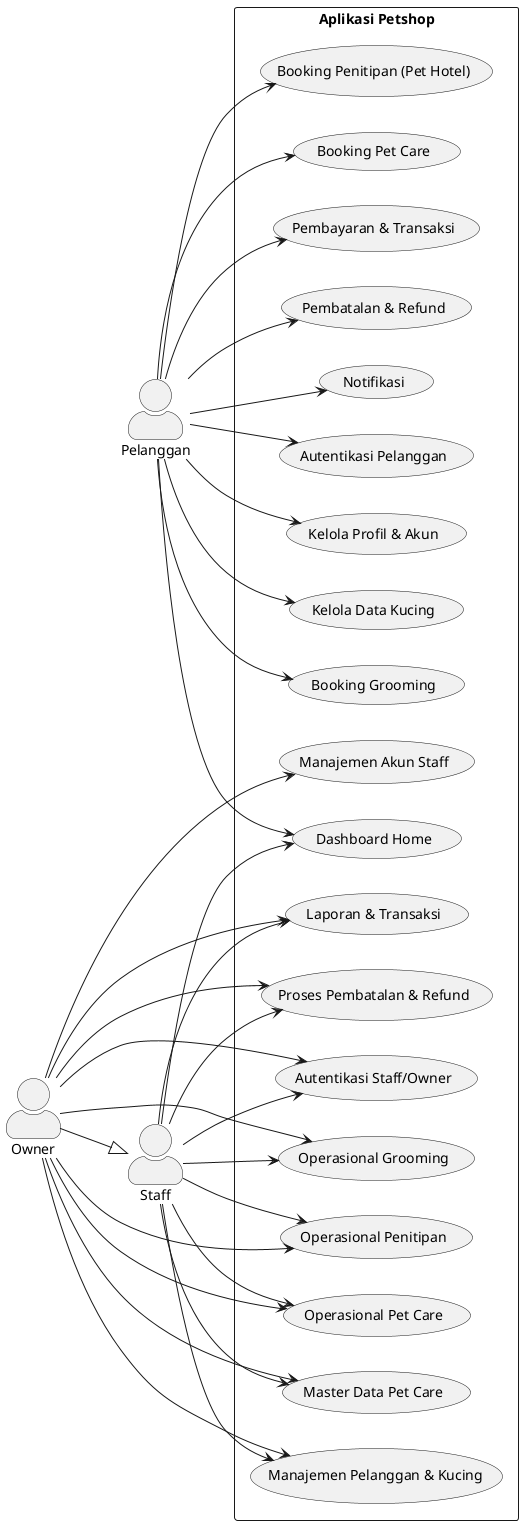
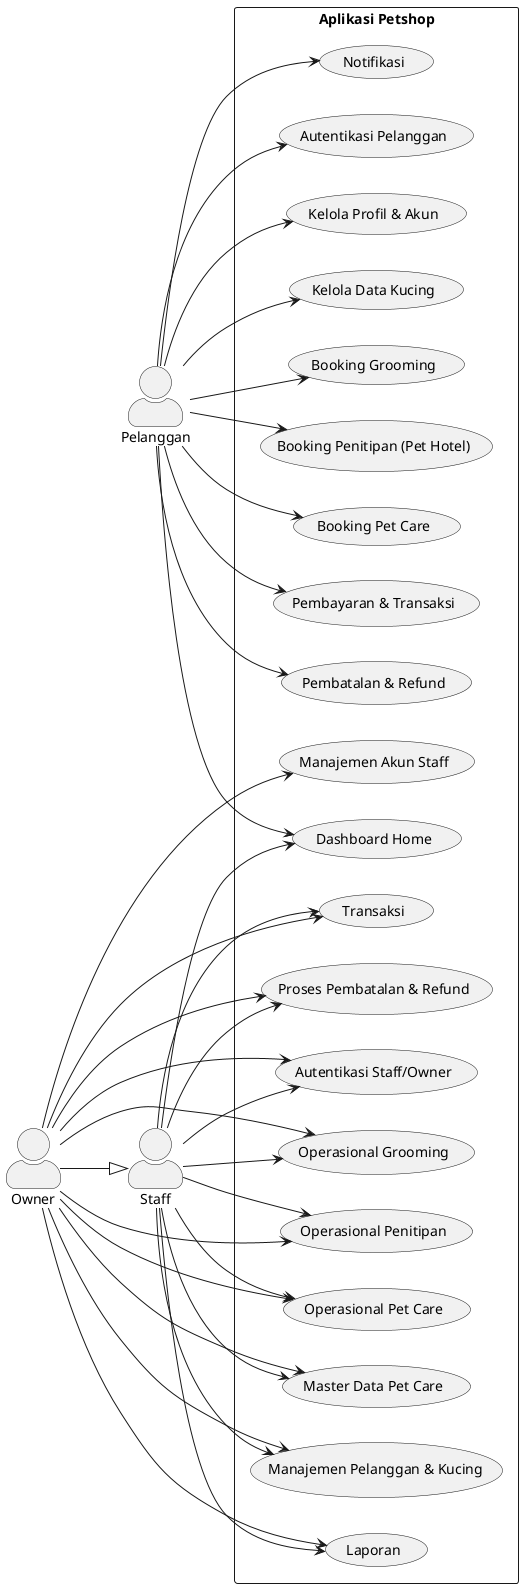
@startuml usecase-overview
left to right direction
skinparam packageStyle rectangle
skinparam actorStyle awesome

actor Pelanggan
actor Staff
actor Owner

Owner --|> Staff

rectangle "Aplikasi Petshop" {
  usecase "Autentikasi Pelanggan" as UC_AuthPelanggan
  usecase "Kelola Profil & Akun" as UC_Profil
  usecase "Kelola Data Kucing" as UC_Kucing
  usecase "Booking Grooming" as UC_Grooming
  usecase "Booking Penitipan (Pet Hotel)" as UC_Penitipan
  usecase "Booking Pet Care" as UC_PetCare
  usecase "Pembayaran & Transaksi" as UC_Pembayaran
  usecase "Pembatalan & Refund" as UC_Pembatalan
  usecase "Notifikasi" as UC_Notifikasi
  usecase "Dashboard Home" as UC_Dashboard

  usecase "Autentikasi Staff/Owner" as UC_AuthInternal
  usecase "Operasional Grooming" as UC_OpsGrooming
  usecase "Operasional Penitipan" as UC_OpsPenitipan
  usecase "Operasional Pet Care" as UC_OpsPetCare
  usecase "Master Data Pet Care" as UC_MasterPetCare
  usecase "Manajemen Pelanggan & Kucing" as UC_PelangganKucing
-   usecase "Laporan & Transaksi" as UC_Laporan
+   usecase "Laporan" as UC_Laporan
+   usecase "Transaksi" as UC_Transaksi
  usecase "Proses Pembatalan & Refund" as UC_RefundInternal
  usecase "Manajemen Akun Staff" as UC_StaffMgmt
}

Pelanggan --> UC_AuthPelanggan
Pelanggan --> UC_Profil
Pelanggan --> UC_Kucing
Pelanggan --> UC_Dashboard
Pelanggan --> UC_Grooming
Pelanggan --> UC_Penitipan
Pelanggan --> UC_PetCare
Pelanggan --> UC_Pembayaran
Pelanggan --> UC_Pembatalan
Pelanggan --> UC_Notifikasi

Staff --> UC_AuthInternal
Staff --> UC_Dashboard
Staff --> UC_OpsGrooming
Staff --> UC_OpsPenitipan
Staff --> UC_OpsPetCare
Staff --> UC_MasterPetCare
Staff --> UC_PelangganKucing
Staff --> UC_Laporan
+ Staff --> UC_Transaksi
Staff --> UC_RefundInternal

Owner --> UC_AuthInternal
Owner --> UC_OpsGrooming
Owner --> UC_OpsPenitipan
Owner --> UC_OpsPetCare
Owner --> UC_MasterPetCare
Owner --> UC_PelangganKucing
Owner --> UC_Laporan
+ Owner --> UC_Transaksi
Owner --> UC_RefundInternal
Owner --> UC_StaffMgmt

@enduml
